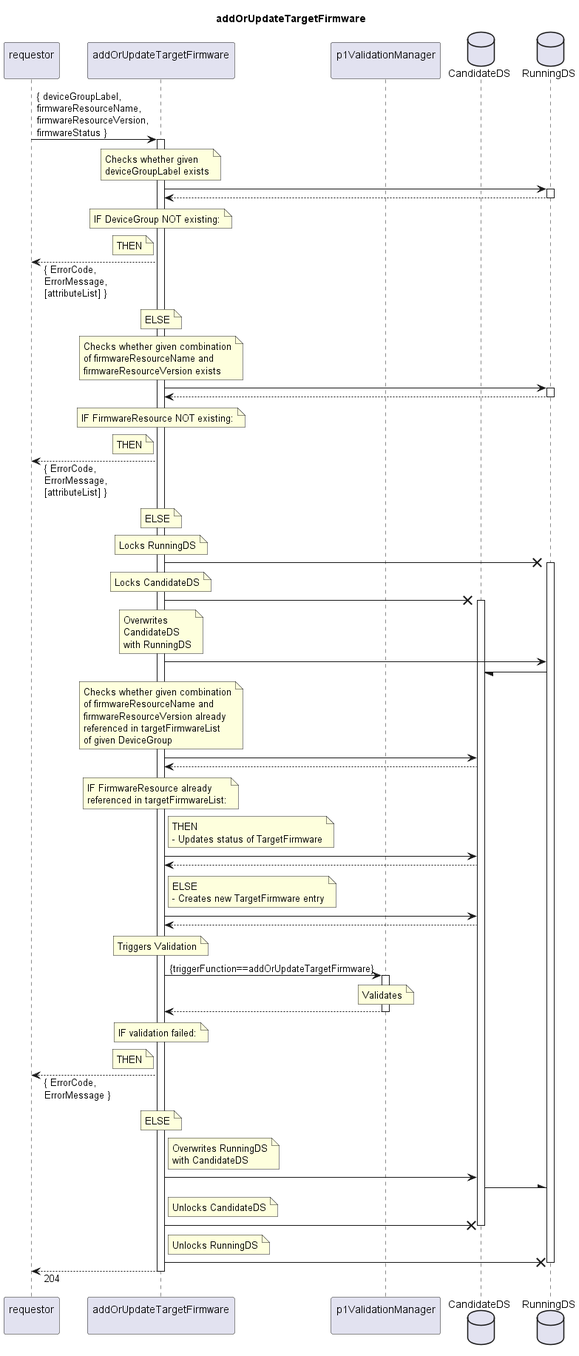
Earlier version of the PlantUML export spec/Services/addOrUpdateTargetFirmware/1.0.0/addOrUpdateTargetFirmware.png (openBackhaul/FirmWareManager). Source of this version:
```plantuml
@startuml addOrUpdateTargetFirmware
skinparam responseMessageBelowArrow true

title
  addOrUpdateTargetFirmware
end title

participant "requestor\n" as requestor
participant "addOrUpdateTargetFirmware\n" as addTarget
participant "p1ValidationManager\n" as valiMan
database "CandidateDS" as CanDS
database "RunningDS" as RunDS

requestor -> addTarget: { deviceGroupLabel,\nfirmwareResourceName,\nfirmwareResourceVersion,\nfirmwareStatus }
activate addTarget

  note over addTarget
    Checks whether given
    deviceGroupLabel exists
  end note
  addTarget -> RunDS
  activate RunDS
  addTarget <-- RunDS
  deactivate RunDS
  note over addTarget
    IF DeviceGroup NOT existing:
  end note
  note left addTarget
    THEN
  end note
  requestor <-- addTarget: { ErrorCode,\nErrorMessage,\n[attributeList] }
  note over addTarget
    ELSE
  end note

  note over addTarget
    Checks whether given combination
    of firmwareResourceName and
    firmwareResourceVersion exists
  end note
  addTarget -> RunDS
  activate RunDS
  addTarget <-- RunDS
  deactivate RunDS
  note over addTarget
    IF FirmwareResource NOT existing:
  end note
  note left addTarget
    THEN
  end note
  requestor <-- addTarget: { ErrorCode,\nErrorMessage,\n[attributeList] }
  note over addTarget
    ELSE
  end note

  note over addTarget
    Locks RunningDS
  end note
  addTarget -X RunDS
  activate RunDS
  note over addTarget
    Locks CandidateDS
  end note
  addTarget -X CanDS
  activate CanDS
  note over addTarget
    Overwrites
    CandidateDS
    with RunningDS
  end note
  addTarget -> RunDS
  RunDS -/ CanDS

  note over addTarget
    Checks whether given combination
    of firmwareResourceName and
    firmwareResourceVersion already
    referenced in targetFirmwareList
    of given DeviceGroup
  end note
  addTarget -> CanDS
  addTarget <-- CanDS
  note over addTarget
    IF FirmwareResource already
    referenced in targetFirmwareList:
  end note
  note right addTarget
    THEN
    - Updates status of TargetFirmware
  end note
  addTarget -> CanDS
  addTarget <-- CanDS
  note right addTarget
    ELSE
    - Creates new TargetFirmware entry
  end note
  addTarget -> CanDS
  addTarget <-- CanDS

  note over addTarget
    Triggers Validation
  end note
  addTarget -> valiMan: {triggerFunction==addOrUpdateTargetFirmware}
  activate valiMan
    note over valiMan
      Validates
    end note
  addTarget <-- valiMan
  deactivate valiMan
  note over addTarget
    IF validation failed:
  end note
  note left addTarget
    THEN
  end note
  requestor <-- addTarget: { ErrorCode,\nErrorMessage }
  note over addTarget
    ELSE
  end note

  note right addTarget
    Overwrites RunningDS
    with CandidateDS
  end note
  addTarget -> CanDS
  CanDS -\ RunDS
  note right addTarget
    Unlocks CandidateDS
  end note
  addTarget -X CanDS
  deactivate CanDS
  note right addTarget
    Unlocks RunningDS
  end note
  addTarget -X RunDS
  deactivate RunDS

  requestor <-- addTarget: 204

deactivate addTarget

@enduml
```
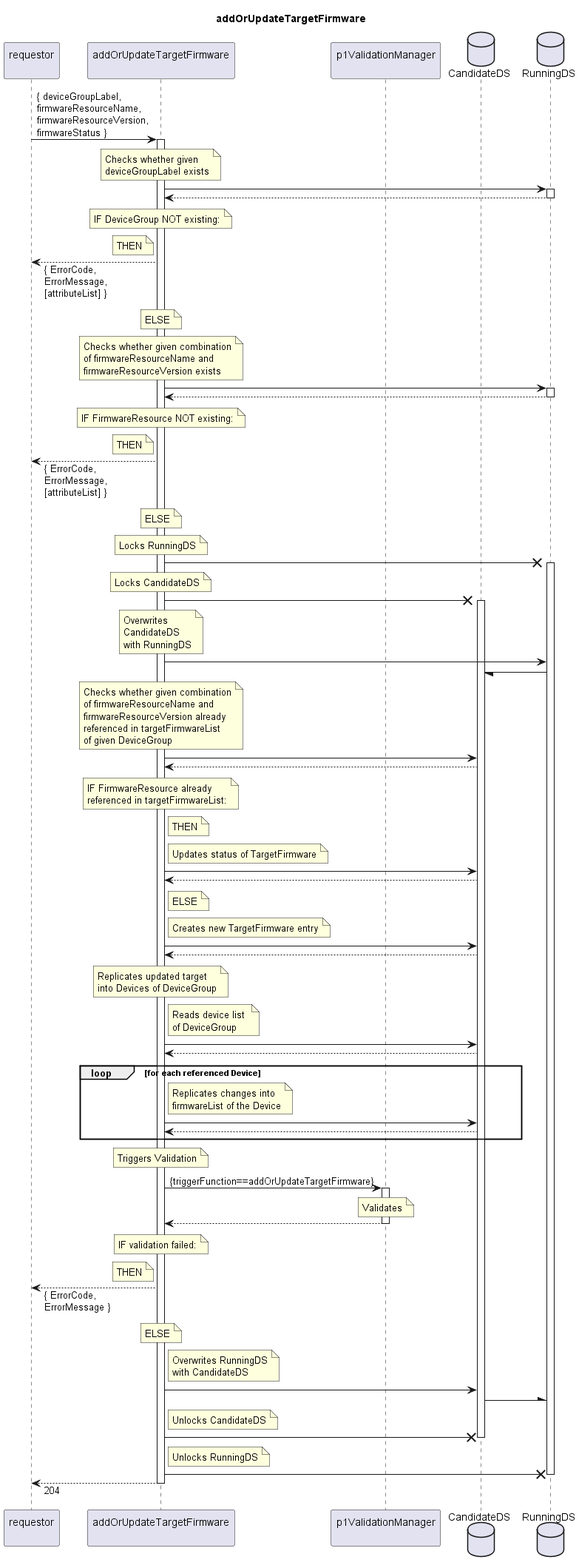
Later version of the same file.

Diff of the diagram source:
```diff
@@ -86,16 +86,39 @@
   end note
   note right addTarget
     THEN
-    - Updates status of TargetFirmware
+  end note
+  note right addTarget
+    Updates status of TargetFirmware
   end note
   addTarget -> CanDS
   addTarget <-- CanDS
   note right addTarget
     ELSE
-    - Creates new TargetFirmware entry
+  end note
+  note right addTarget
+    Creates new TargetFirmware entry
   end note
   addTarget -> CanDS
   addTarget <-- CanDS
+
+  note over addTarget
+    Replicates updated target
+    into Devices of DeviceGroup
+  end note
+  note right addTarget
+    Reads device list
+    of DeviceGroup
+  end note
+  addTarget -> CanDS
+  addTarget <-- CanDS
+  loop for each referenced Device
+    note right addTarget
+      Replicates changes into
+      firmwareList of the Device
+    end note
+    addTarget -> CanDS
+    addTarget <-- CanDS
+  end loop
 
   note over addTarget
     Triggers Validation
```
